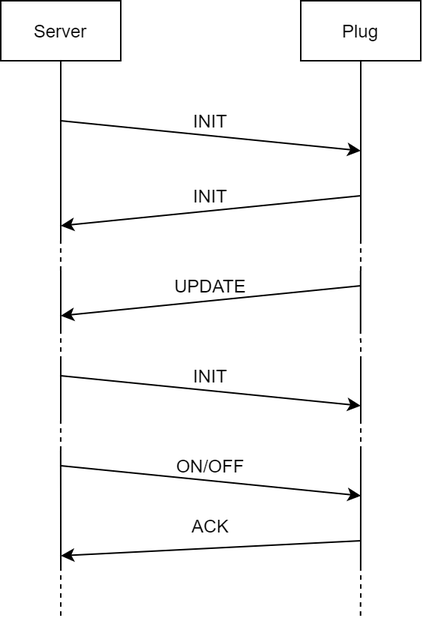
Above: paper/assets/plugserverinteraction.png in francescomagarotto/SmartPlugs-Wireless-Networks (draw.io), before the change. Source tidied: cells renumbered, new cells last; positions are measured from the earlier drawing's top-left corner, leaving out a move shared by most shapes.
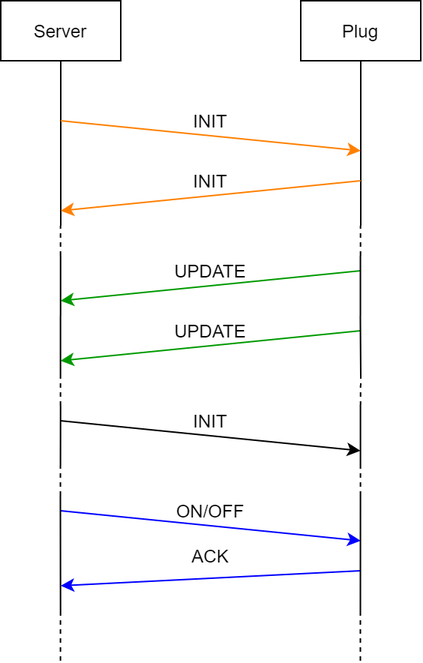
After the commit.

Change to the diagram source:
```diff
@@ -3,158 +3,179 @@
     <mxCell id="0" />
     <mxCell id="1" parent="0" />
     <mxCell id="2" value="Server" style="rounded=0;whiteSpace=wrap;html=1;" parent="1" vertex="1">
-      <mxGeometry width="80" height="40" as="geometry" />
+      <mxGeometry x="20" y="300" width="80" height="40" as="geometry" />
     </mxCell>
     <mxCell id="3" value="Plug" style="rounded=0;whiteSpace=wrap;html=1;" parent="1" vertex="1">
-      <mxGeometry x="200" width="80" height="40" as="geometry" />
+      <mxGeometry x="220" y="300" width="80" height="40" as="geometry" />
     </mxCell>
     <mxCell id="4" style="endArrow=none;html=1;entryX=0.5;entryY=1;entryDx=0;entryDy=0;" parent="1" edge="1" target="2">
       <mxGeometry relative="1" as="geometry">
-        <mxPoint x="40" y="160" as="sourcePoint" />
+        <mxPoint x="60" y="450" as="sourcePoint" />
       </mxGeometry>
     </mxCell>
     <mxCell id="5" style="endArrow=none;html=1;entryX=0.5;entryY=1;entryDx=0;entryDy=0;" parent="1" edge="1" target="3">
       <mxGeometry relative="1" as="geometry">
-        <mxPoint x="240" y="160" as="sourcePoint" />
+        <mxPoint x="260" y="450" as="sourcePoint" />
       </mxGeometry>
     </mxCell>
-    <mxCell id="6" style="endArrow=classic;html=1;" parent="1" edge="1">
+    <mxCell id="6" style="endArrow=classic;html=1;strokeColor=#FF8000;" parent="1" edge="1">
       <mxGeometry relative="1" as="geometry">
-        <mxPoint x="40" y="80" as="sourcePoint" />
-        <mxPoint x="240" y="100" as="targetPoint" />
+        <mxPoint x="60" y="380" as="sourcePoint" />
+        <mxPoint x="260" y="400" as="targetPoint" />
       </mxGeometry>
     </mxCell>
     <mxCell id="7" value="INIT" style="text;html=1;strokeColor=none;fillColor=none;align=center;verticalAlign=middle;whiteSpace=wrap;rounded=0;" parent="1" vertex="1">
-      <mxGeometry x="120" y="70" width="40" height="20" as="geometry" />
+      <mxGeometry x="140" y="370" width="40" height="20" as="geometry" />
     </mxCell>
-    <mxCell id="8" style="endArrow=classic;html=1;" parent="1" edge="1">
+    <mxCell id="8" style="endArrow=classic;html=1;strokeColor=#FF8000;" parent="1" edge="1">
       <mxGeometry relative="1" as="geometry">
-        <mxPoint x="240" y="130" as="sourcePoint" />
-        <mxPoint x="40" y="150" as="targetPoint" />
+        <mxPoint x="259.9" y="420" as="sourcePoint" />
+        <mxPoint x="59.9" y="440" as="targetPoint" />
       </mxGeometry>
     </mxCell>
     <mxCell id="9" value="INIT" style="text;html=1;strokeColor=none;fillColor=none;align=center;verticalAlign=middle;whiteSpace=wrap;rounded=0;" parent="1" vertex="1">
-      <mxGeometry x="120" y="120" width="40" height="20" as="geometry" />
+      <mxGeometry x="139.9" y="410" width="40" height="20" as="geometry" />
     </mxCell>
-    <mxCell id="10" style="endArrow=classic;html=1;" parent="1" edge="1">
+    <mxCell id="10" style="endArrow=classic;html=1;strokeColor=#009900;" parent="1" edge="1">
       <mxGeometry relative="1" as="geometry">
-        <mxPoint x="240" y="190" as="sourcePoint" />
-        <mxPoint x="40" y="210" as="targetPoint" />
+        <mxPoint x="259.9" y="480" as="sourcePoint" />
+        <mxPoint x="59.9" y="500" as="targetPoint" />
       </mxGeometry>
     </mxCell>
     <mxCell id="11" value="UPDATE" style="text;html=1;strokeColor=none;fillColor=none;align=center;verticalAlign=middle;whiteSpace=wrap;rounded=0;" parent="1" vertex="1">
-      <mxGeometry x="120.1" y="180" width="40" height="20" as="geometry" />
+      <mxGeometry x="140" y="470" width="40" height="20" as="geometry" />
     </mxCell>
-    <mxCell id="12" style="endArrow=classic;html=1;" parent="1" edge="1">
+    <mxCell id="12" style="endArrow=classic;html=1;strokeColor=#0000FF;" parent="1" edge="1">
       <mxGeometry relative="1" as="geometry">
-        <mxPoint x="40.1" y="310" as="sourcePoint" />
-        <mxPoint x="240.2" y="330" as="targetPoint" />
+        <mxPoint x="60" y="640" as="sourcePoint" />
+        <mxPoint x="260" y="660" as="targetPoint" />
       </mxGeometry>
     </mxCell>
     <mxCell id="13" value="ON/OFF" style="text;html=1;strokeColor=none;fillColor=none;align=center;verticalAlign=middle;whiteSpace=wrap;rounded=0;" parent="1" vertex="1">
-      <mxGeometry x="120.2" y="300" width="40" height="20" as="geometry" />
+      <mxGeometry x="140" y="630" width="40" height="20" as="geometry" />
     </mxCell>
-    <mxCell id="14" style="endArrow=classic;html=1;" parent="1" edge="1">
+    <mxCell id="14" style="endArrow=classic;html=1;strokeColor=#0000FF;" parent="1" edge="1">
       <mxGeometry relative="1" as="geometry">
-        <mxPoint x="240" y="360" as="sourcePoint" />
-        <mxPoint x="40" y="370" as="targetPoint" />
+        <mxPoint x="260" y="680" as="sourcePoint" />
+        <mxPoint x="60" y="690" as="targetPoint" />
       </mxGeometry>
     </mxCell>
     <mxCell id="15" value="ACK" style="text;html=1;strokeColor=none;fillColor=none;align=center;verticalAlign=middle;whiteSpace=wrap;rounded=0;" parent="1" vertex="1">
-      <mxGeometry x="120.1" y="340" width="40" height="20" as="geometry" />
+      <mxGeometry x="140" y="660" width="40" height="20" as="geometry" />
     </mxCell>
     <mxCell id="16" style="endArrow=classic;html=1;" parent="1" edge="1">
       <mxGeometry relative="1" as="geometry">
-        <mxPoint x="40" y="250" as="sourcePoint" />
-        <mxPoint x="240" y="270" as="targetPoint" />
+        <mxPoint x="59.8" y="580" as="sourcePoint" />
+        <mxPoint x="259.8" y="600" as="targetPoint" />
       </mxGeometry>
     </mxCell>
     <mxCell id="17" value="INIT" style="text;html=1;strokeColor=none;fillColor=none;align=center;verticalAlign=middle;whiteSpace=wrap;rounded=0;" parent="1" vertex="1">
-      <mxGeometry x="120" y="240" width="40" height="20" as="geometry" />
+      <mxGeometry x="139.8" y="570" width="40" height="20" as="geometry" />
     </mxCell>
     <mxCell id="18" style="endArrow=none;html=1;" parent="1" edge="1">
       <mxGeometry relative="1" as="geometry">
-        <mxPoint x="40" y="220" as="sourcePoint" />
-        <mxPoint x="40" y="180" as="targetPoint" />
+        <mxPoint x="59.9" y="510" as="sourcePoint" />
+        <mxPoint x="59.9" y="470" as="targetPoint" />
       </mxGeometry>
     </mxCell>
     <mxCell id="19" style="endArrow=none;html=1;" parent="1" edge="1">
       <mxGeometry relative="1" as="geometry">
-        <mxPoint x="40" y="280" as="sourcePoint" />
-        <mxPoint x="40" y="240" as="targetPoint" />
+        <mxPoint x="59.8" y="610" as="sourcePoint" />
+        <mxPoint x="59.9" y="570" as="targetPoint" />
       </mxGeometry>
     </mxCell>
     <mxCell id="20" style="endArrow=none;html=1;" parent="1" edge="1">
       <mxGeometry relative="1" as="geometry">
-        <mxPoint x="40" y="380" as="sourcePoint" />
-        <mxPoint x="39.9" y="300" as="targetPoint" />
+        <mxPoint x="59.9" y="710" as="sourcePoint" />
+        <mxPoint x="59.8" y="630" as="targetPoint" />
       </mxGeometry>
     </mxCell>
     <mxCell id="21" style="endArrow=none;html=1;" parent="1" edge="1">
       <mxGeometry relative="1" as="geometry">
-        <mxPoint x="239.9" y="220" as="sourcePoint" />
-        <mxPoint x="239.9" y="180" as="targetPoint" />
+        <mxPoint x="259.8" y="510" as="sourcePoint" />
+        <mxPoint x="259.8" y="470" as="targetPoint" />
       </mxGeometry>
     </mxCell>
     <mxCell id="22" style="endArrow=none;html=1;" parent="1" edge="1">
       <mxGeometry relative="1" as="geometry">
-        <mxPoint x="240" y="280" as="sourcePoint" />
-        <mxPoint x="240" y="240" as="targetPoint" />
+        <mxPoint x="259.8" y="610" as="sourcePoint" />
+        <mxPoint x="259.8" y="570" as="targetPoint" />
       </mxGeometry>
     </mxCell>
     <mxCell id="23" style="endArrow=none;html=1;" parent="1" edge="1">
       <mxGeometry relative="1" as="geometry">
-        <mxPoint x="240" y="380" as="sourcePoint" />
-        <mxPoint x="240" y="300" as="targetPoint" />
+        <mxPoint x="259.8" y="710" as="sourcePoint" />
+        <mxPoint x="259.8" y="630" as="targetPoint" />
       </mxGeometry>
     </mxCell>
     <mxCell id="24" style="endArrow=none;dashed=1;html=1;" parent="1" edge="1">
       <mxGeometry relative="1" as="geometry">
-        <mxPoint x="40" y="180" as="sourcePoint" />
-        <mxPoint x="40" y="160" as="targetPoint" />
+        <mxPoint x="59.8" y="470" as="sourcePoint" />
+        <mxPoint x="59.8" y="450" as="targetPoint" />
       </mxGeometry>
     </mxCell>
     <mxCell id="25" style="endArrow=none;dashed=1;html=1;" parent="1" edge="1">
       <mxGeometry relative="1" as="geometry">
-        <mxPoint x="240" y="180" as="sourcePoint" />
-        <mxPoint x="240" y="160" as="targetPoint" />
+        <mxPoint x="259.8" y="470" as="sourcePoint" />
+        <mxPoint x="259.8" y="450" as="targetPoint" />
       </mxGeometry>
     </mxCell>
     <mxCell id="26" style="endArrow=none;dashed=1;html=1;" parent="1" edge="1">
       <mxGeometry relative="1" as="geometry">
-        <mxPoint x="40" y="240" as="sourcePoint" />
-        <mxPoint x="40" y="220" as="targetPoint" />
+        <mxPoint x="59.8" y="570" as="sourcePoint" />
+        <mxPoint x="59.8" y="550" as="targetPoint" />
       </mxGeometry>
     </mxCell>
     <mxCell id="27" style="endArrow=none;dashed=1;html=1;" parent="1" edge="1">
       <mxGeometry relative="1" as="geometry">
-        <mxPoint x="40" y="300" as="sourcePoint" />
-        <mxPoint x="40" y="280" as="targetPoint" />
+        <mxPoint x="59.8" y="630" as="sourcePoint" />
+        <mxPoint x="59.8" y="610" as="targetPoint" />
       </mxGeometry>
     </mxCell>
     <mxCell id="28" style="endArrow=none;dashed=1;html=1;" parent="1" edge="1">
       <mxGeometry relative="1" as="geometry">
-        <mxPoint x="240" y="240" as="sourcePoint" />
-        <mxPoint x="239.9" y="220" as="targetPoint" />
+        <mxPoint x="259.8" y="570" as="sourcePoint" />
+        <mxPoint x="260" y="550" as="targetPoint" />
       </mxGeometry>
     </mxCell>
     <mxCell id="29" style="endArrow=none;dashed=1;html=1;" parent="1" edge="1">
       <mxGeometry relative="1" as="geometry">
-        <mxPoint x="240" y="300" as="sourcePoint" />
-        <mxPoint x="240" y="280" as="targetPoint" />
+        <mxPoint x="259.8" y="630" as="sourcePoint" />
+        <mxPoint x="259.8" y="610" as="targetPoint" />
       </mxGeometry>
     </mxCell>
     <mxCell id="30" style="endArrow=none;dashed=1;html=1;" parent="1" edge="1">
       <mxGeometry relative="1" as="geometry">
-        <mxPoint x="40" y="410" as="sourcePoint" />
-        <mxPoint x="40" y="380" as="targetPoint" />
+        <mxPoint x="59.8" y="740" as="sourcePoint" />
+        <mxPoint x="59.8" y="710" as="targetPoint" />
       </mxGeometry>
     </mxCell>
     <mxCell id="31" style="endArrow=none;dashed=1;html=1;" parent="1" edge="1">
       <mxGeometry relative="1" as="geometry">
-        <mxPoint x="239.9" y="410" as="sourcePoint" />
-        <mxPoint x="240" y="380" as="targetPoint" />
+        <mxPoint x="259.7" y="740" as="sourcePoint" />
+        <mxPoint x="259.8" y="710" as="targetPoint" />
       </mxGeometry>
     </mxCell>
+    <mxCell id="32" style="endArrow=classic;html=1;strokeColor=#009900;" parent="1" edge="1">
+      <mxGeometry relative="1" as="geometry">
+        <mxPoint x="259.8" y="520" as="sourcePoint" />
+        <mxPoint x="59.8" y="540" as="targetPoint" />
+      </mxGeometry>
+    </mxCell>
+    <mxCell id="33" value="UPDATE" style="text;html=1;strokeColor=none;fillColor=none;align=center;verticalAlign=middle;whiteSpace=wrap;rounded=0;" parent="1" vertex="1">
+      <mxGeometry x="139.9" y="510" width="40" height="20" as="geometry" />
+    </mxCell>
+    <mxCell id="34" style="endArrow=none;html=1;" parent="1" edge="1">
+      <mxGeometry relative="1" as="geometry">
+        <mxPoint x="59.8" y="550" as="sourcePoint" />
+        <mxPoint x="59.8" y="510" as="targetPoint" />
+      </mxGeometry>
+    </mxCell>
+    <mxCell id="35" style="endArrow=none;html=1;" parent="1" edge="1">
+      <mxGeometry relative="1" as="geometry">
+        <mxPoint x="260" y="550" as="sourcePoint" />
+        <mxPoint x="259.7" y="510" as="targetPoint" />
+      </mxGeometry>
+    </mxCell>
   </root>
 </mxGraphModel>
```
